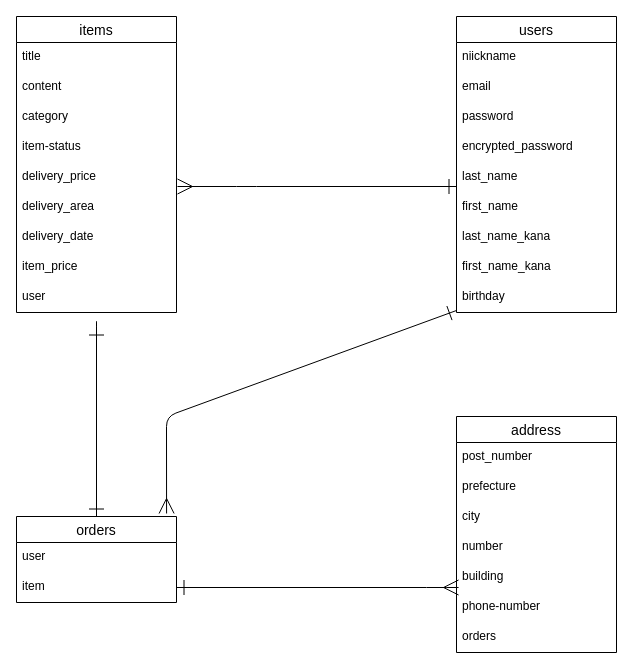
Before: test.dio in kiki2613/furima-40936, a draw.io diagram. Source tidied: cells renumbered, new cells numbered last; positions are measured from the earlier drawing's top-left corner, leaving out a move shared by most shapes. Both pictures are drawn from the tidied source at 100%, with x=0, y=0 at pixel (16, 16).
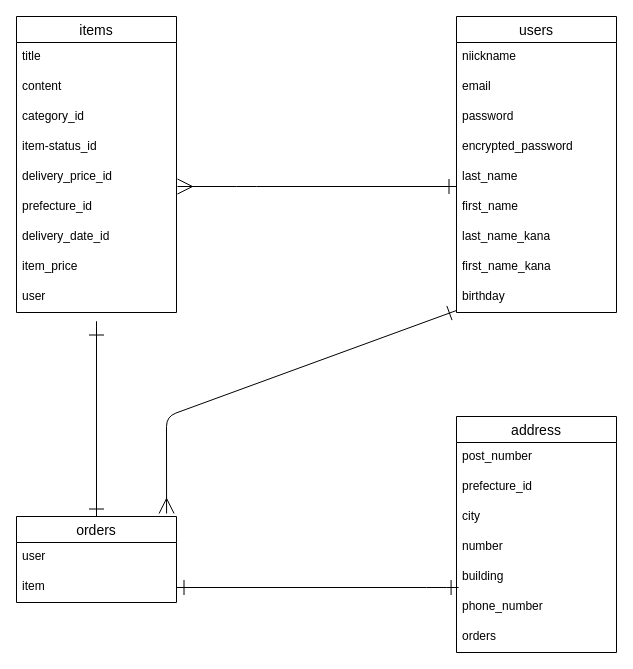
The same page after the edit.

The change refers to these unchanged cells:
```xml
<mxCell id="2" value="items" style="swimlane;fontStyle=0;horizontal=1;startSize=26;align=center;fontSize=14;" parent="1" vertex="1">
  <mxGeometry width="160" height="296" as="geometry" />
</mxCell>
<mxCell id="14" value="item" style="text;strokeColor=none;fillColor=none;spacingLeft=4;spacingRight=4;overflow=hidden;points=[[0,0.5],[1,0.5]];portConstraint=eastwest;fontSize=12;" parent="12" vertex="1">
  <mxGeometry y="56" width="160" height="30" as="geometry" />
</mxCell>
<mxCell id="15" value="address" style="swimlane;fontStyle=0;horizontal=1;startSize=26;align=center;fontSize=14;" parent="1" vertex="1">
  <mxGeometry x="440" y="400" width="160" height="236" as="geometry" />
</mxCell>
```

The edit, as a diff of the source:
```diff
@@
-    <mxCell id="5" value="category" style="text;strokeColor=none;fillColor=none;spacingLeft=4;spacingRight=4;overflow=hidden;fontSize=12;" parent="2" vertex="1">
+    <mxCell id="5" value="category_id" style="text;strokeColor=none;fillColor=none;spacingLeft=4;spacingRight=4;overflow=hidden;fontSize=12;" parent="2" vertex="1">
       <mxGeometry y="86" width="160" height="30" as="geometry" />
     </mxCell>
-    <mxCell id="6" value="item-status" style="text;strokeColor=none;fillColor=none;spacingLeft=4;spacingRight=4;overflow=hidden;fontSize=12;" parent="2" vertex="1">
+    <mxCell id="6" value="item-status_id" style="text;strokeColor=none;fillColor=none;spacingLeft=4;spacingRight=4;overflow=hidden;fontSize=12;" parent="2" vertex="1">
       <mxGeometry y="116" width="160" height="30" as="geometry" />
     </mxCell>
-    <mxCell id="7" value="delivery_price&#10;" style="text;strokeColor=none;fillColor=none;spacingLeft=4;spacingRight=4;overflow=hidden;points=[[0,0.5],[1,0.5]];portConstraint=eastwest;fontSize=12;" parent="2" vertex="1">
+    <mxCell id="7" value="delivery_price_id&#10;" style="text;strokeColor=none;fillColor=none;spacingLeft=4;spacingRight=4;overflow=hidden;points=[[0,0.5],[1,0.5]];portConstraint=eastwest;fontSize=12;" parent="2" vertex="1">
       <mxGeometry y="146" width="160" height="30" as="geometry" />
     </mxCell>
-    <mxCell id="8" value="delivery_area" style="text;strokeColor=none;fillColor=none;spacingLeft=4;spacingRight=4;overflow=hidden;fontSize=12;" parent="2" vertex="1">
+    <mxCell id="8" value="prefecture_id" style="text;strokeColor=none;fillColor=none;spacingLeft=4;spacingRight=4;overflow=hidden;fontSize=12;" parent="2" vertex="1">
       <mxGeometry y="176" width="160" height="30" as="geometry" />
     </mxCell>
-    <mxCell id="9" value="delivery_date" style="text;strokeColor=none;fillColor=none;spacingLeft=4;spacingRight=4;overflow=hidden;fontSize=12;" parent="2" vertex="1">
+    <mxCell id="9" value="delivery_date_id" style="text;strokeColor=none;fillColor=none;spacingLeft=4;spacingRight=4;overflow=hidden;fontSize=12;" parent="2" vertex="1">
       <mxGeometry y="206" width="160" height="30" as="geometry" />
     </mxCell>
@@
-    <mxCell id="17" value="prefecture" style="text;strokeColor=none;fillColor=none;spacingLeft=4;spacingRight=4;overflow=hidden;fontSize=12;" parent="15" vertex="1">
+    <mxCell id="17" value="prefecture_id" style="text;strokeColor=none;fillColor=none;spacingLeft=4;spacingRight=4;overflow=hidden;fontSize=12;" parent="15" vertex="1">
       <mxGeometry y="56" width="160" height="30" as="geometry" />
     </mxCell>
@@
-    <mxCell id="21" value="phone-number" style="text;strokeColor=none;fillColor=none;spacingLeft=4;spacingRight=4;overflow=hidden;points=[[0,0.5],[1,0.5]];portConstraint=eastwest;fontSize=12;" parent="15" vertex="1">
+    <mxCell id="21" value="phone_number" style="text;strokeColor=none;fillColor=none;spacingLeft=4;spacingRight=4;overflow=hidden;points=[[0,0.5],[1,0.5]];portConstraint=eastwest;fontSize=12;" parent="15" vertex="1">
       <mxGeometry y="176" width="160" height="30" as="geometry" />
     </mxCell>
@@
-    <mxCell id="36" style="edgeStyle=none;html=1;entryX=0.013;entryY=-0.167;entryDx=0;entryDy=0;entryPerimeter=0;startArrow=ERone;startFill=0;endArrow=ERmany;endFill=0;startSize=13;endSize=13;" parent="1" edge="1" source="14" target="21">
+    <mxCell id="36" style="edgeStyle=none;html=1;entryX=0.013;entryY=-0.167;entryDx=0;entryDy=0;entryPerimeter=0;startArrow=ERone;startFill=0;endArrow=ERone;endFill=0;startSize=13;endSize=13;" parent="1" edge="1" source="14" target="21">
       <mxGeometry relative="1" as="geometry">
         <Array as="points">
           <mxPoint x="420" y="571" />
         </Array>
       </mxGeometry>
     </mxCell>
```
